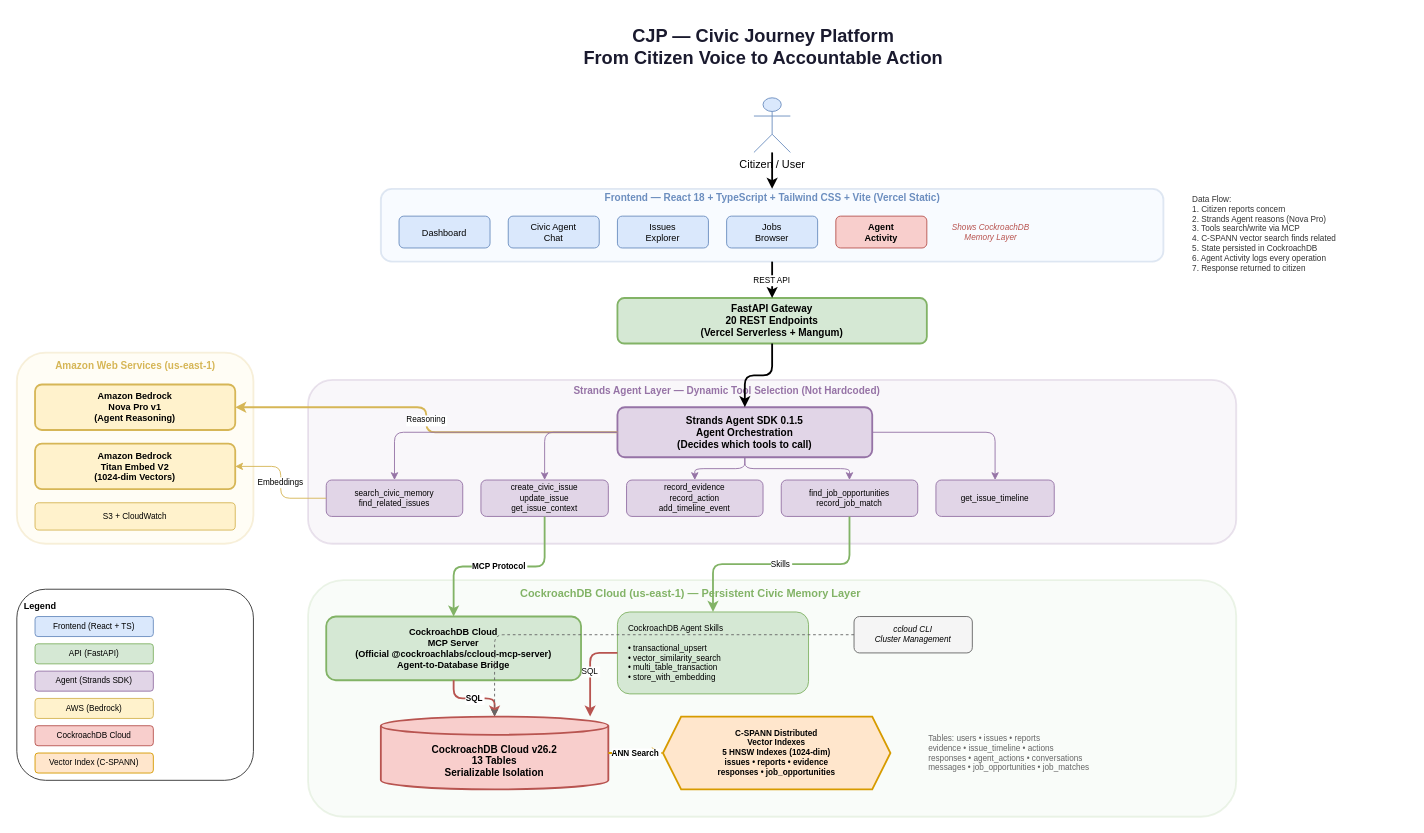
The draw.io diagram page "System Architecture" (1 of 3) of docs/cjp-architecture.drawio in dineshrajdhanapathyDD/cjp-Civic-Journey-Platform, before the edit. Source tidied: cells renumbered, new cells numbered last; positions are measured from the earlier drawing's top-left corner, leaving out a move shared by most shapes. Both pictures are drawn from the tidied source at 91%, with x=0, y=0 at pixel (16, 15).
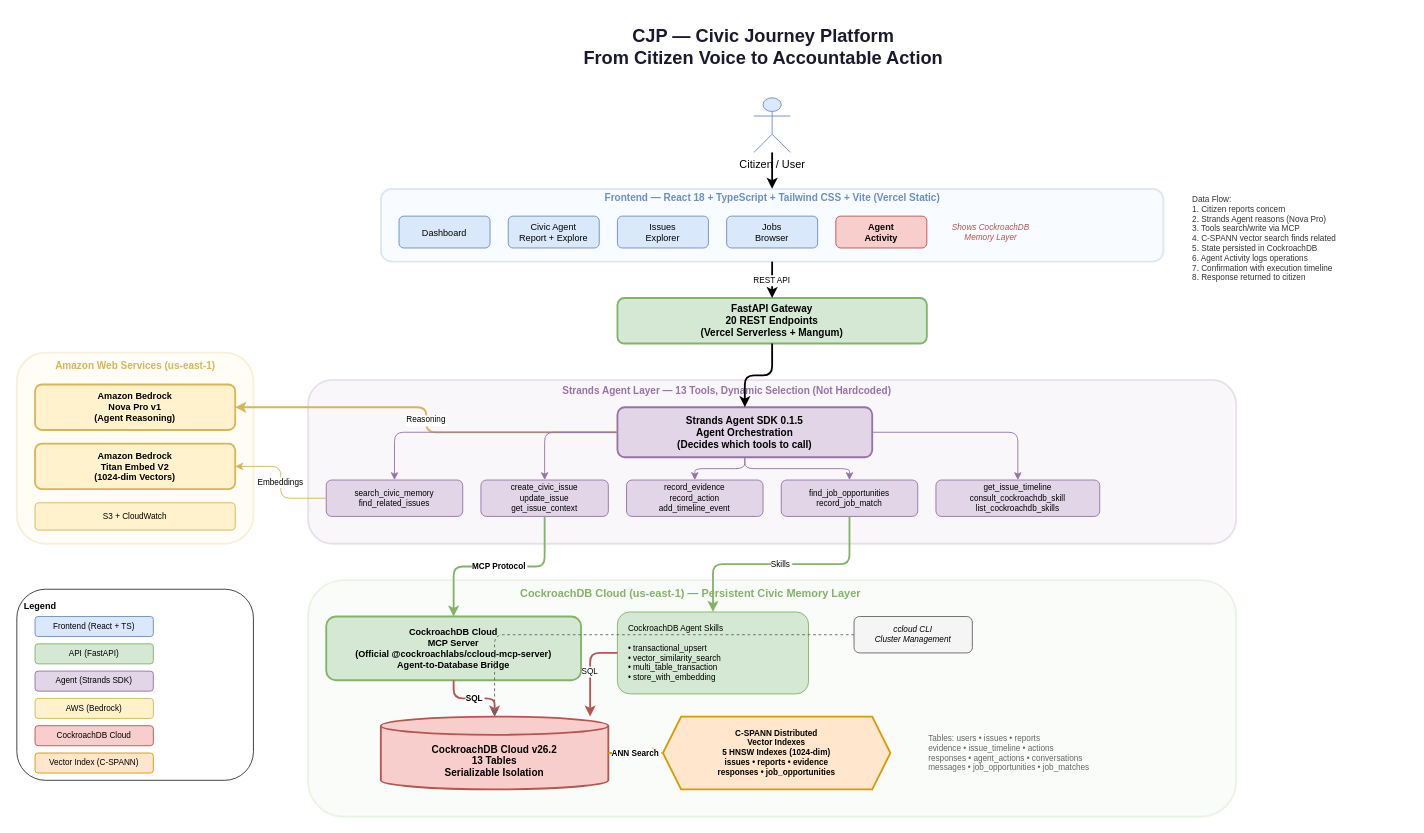
Above is the later version.

Commit message (it also covers changes not shown here):
feat: final polish - report persistence, accuracy fixes, SPA routing

What changed in the source:
```diff
@@
-    <mxCell id="7" value="Civic Agent&#10;Chat" style="rounded=1;whiteSpace=wrap;html=1;fillColor=#dae8fc;strokeColor=#6c8ebf;fontSize=10;" parent="1" vertex="1">
+    <mxCell id="7" value="Civic Agent&#10;Report + Explore" style="rounded=1;whiteSpace=wrap;html=1;fillColor=#dae8fc;strokeColor=#6c8ebf;fontSize=10;" parent="1" vertex="1">
       <mxGeometry x="540" y="220" width="100" height="35" as="geometry" />
     </mxCell>
@@
-    <mxCell id="14" value="Strands Agent Layer — Dynamic Tool Selection (Not Hardcoded)" style="text;html=1;align=center;verticalAlign=middle;strokeColor=none;fillColor=none;fontSize=11;fontStyle=1;fontColor=#9673a6;" parent="1" vertex="1">
+    <mxCell id="14" value="Strands Agent Layer — 13 Tools, Dynamic Selection (Not Hardcoded)" style="text;html=1;align=center;verticalAlign=middle;strokeColor=none;fillColor=none;fontSize=11;fontStyle=1;fontColor=#9673a6;" parent="1" vertex="1">
       <mxGeometry x="580" y="402" width="400" height="20" as="geometry" />
     </mxCell>
@@
-    <mxCell id="20" value="get_issue_timeline" style="rounded=1;whiteSpace=wrap;html=1;fillColor=#e1d5e7;strokeColor=#9673a6;fontSize=9;" parent="1" vertex="1">
-      <mxGeometry x="1010" y="510" width="130" height="40" as="geometry" />
+    <mxCell id="20" value="get_issue_timeline&#10;consult_cockroachdb_skill&#10;list_cockroachdb_skills" style="rounded=1;whiteSpace=wrap;html=1;fillColor=#e1d5e7;strokeColor=#9673a6;fontSize=9;" parent="1" vertex="1">
+      <mxGeometry x="1010" y="510" width="180" height="40" as="geometry" />
     </mxCell>
@@
-    <mxCell id="57" value="Data Flow:&#10;1. Citizen reports concern&#10;2. Strands Agent reasons (Nova Pro)&#10;3. Tools search/write via MCP&#10;4. C-SPANN vector search finds related&#10;5. State persisted in CockroachDB&#10;6. Agent Activity logs every operation&#10;7. Response returned to citizen" style="text;html=1;align=left;verticalAlign=top;strokeColor=none;fillColor=none;fontSize=9;fontColor=#333333;" parent="1" vertex="1">
-      <mxGeometry x="1290" y="190" width="240" height="130" as="geometry" />
+    <mxCell id="57" value="Data Flow:&#10;1. Citizen reports concern&#10;2. Strands Agent reasons (Nova Pro)&#10;3. Tools search/write via MCP&#10;4. C-SPANN vector search finds related&#10;5. State persisted in CockroachDB&#10;6. Agent Activity logs operations&#10;7. Confirmation with execution timeline&#10;8. Response returned to citizen" style="text;html=1;align=left;verticalAlign=top;strokeColor=none;fillColor=none;fontSize=9;fontColor=#333333;" parent="1" vertex="1">
+      <mxGeometry x="1290" y="190" width="240" height="140" as="geometry" />
     </mxCell>
```
